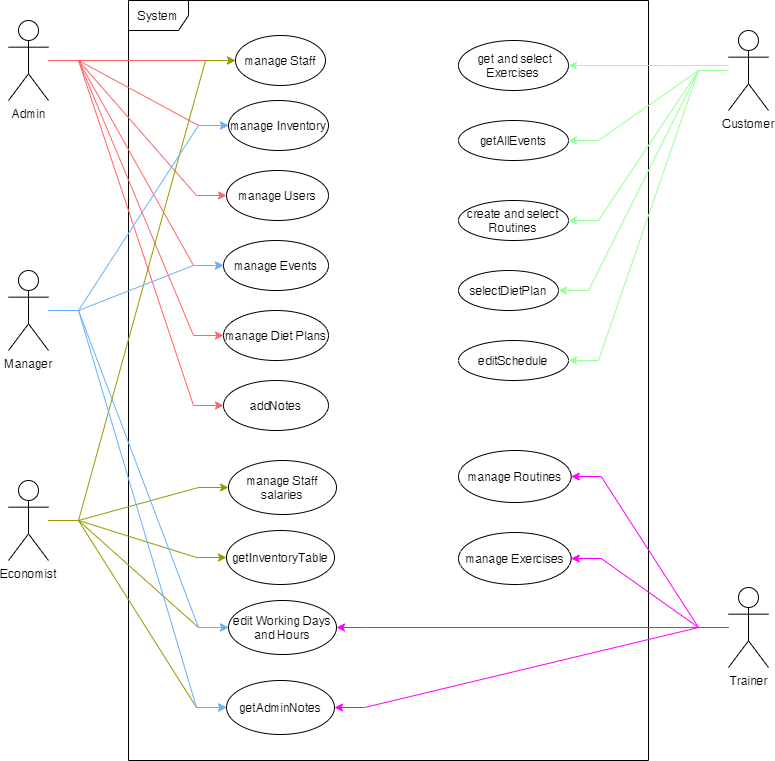
Before: Diagrams/UseCases/General.png, a diagram exported from draw.io (renttrent/Techengers). Source tidied: cells renumbered, new cells last; positions are measured from the earlier drawing's top-left corner, leaving out a move shared by most shapes.
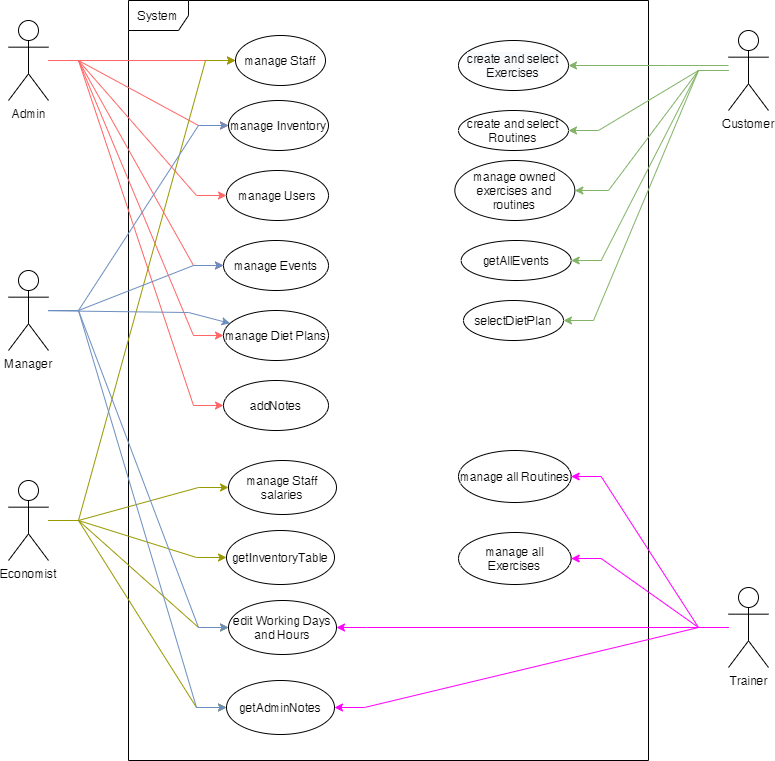
The same diagram one commit later.

Diff of the diagram source:
```diff
@@ -41,7 +41,7 @@
     <mxCell id="14" value="manage Diet Plans" style="ellipse;whiteSpace=wrap;html=1;" parent="1" vertex="1">
       <mxGeometry x="215" y="310" width="105" height="50" as="geometry" />
     </mxCell>
-    <mxCell id="15" style="edgeStyle=orthogonalEdgeStyle;rounded=0;jettySize=auto;html=1;strokeColor=#99FF99;" parent="1" edge="1" source="20" target="21">
+    <mxCell id="15" style="edgeStyle=orthogonalEdgeStyle;rounded=0;jettySize=auto;html=1;strokeColor=#82b366;fillColor=#d5e8d4;" parent="1" edge="1" source="20" target="21">
       <mxGeometry relative="1" as="geometry">
         <Array as="points">
           <mxPoint x="660" y="65" />
@@ -49,36 +49,38 @@
         </Array>
       </mxGeometry>
     </mxCell>
-    <mxCell id="16" style="edgeStyle=entityRelationEdgeStyle;rounded=0;jettySize=auto;html=1;strokeColor=#99FF99;" parent="1" edge="1" source="20" target="22">
+    <mxCell id="16" style="edgeStyle=entityRelationEdgeStyle;rounded=0;jettySize=auto;html=1;strokeColor=#82b366;fillColor=#d5e8d4;" parent="1" edge="1" source="20" target="22">
       <mxGeometry relative="1" as="geometry" />
     </mxCell>
-    <mxCell id="17" style="edgeStyle=entityRelationEdgeStyle;rounded=0;jettySize=auto;html=1;strokeColor=#99FF99;" parent="1" edge="1" source="20" target="23">
+    <mxCell id="17" style="edgeStyle=entityRelationEdgeStyle;rounded=0;jettySize=auto;html=1;strokeColor=#82b366;fillColor=#d5e8d4;" parent="1" edge="1" source="20" target="23">
       <mxGeometry relative="1" as="geometry" />
     </mxCell>
-    <mxCell id="18" style="edgeStyle=entityRelationEdgeStyle;rounded=0;jettySize=auto;html=1;strokeColor=#99FF99;" parent="1" edge="1" source="20" target="24">
+    <mxCell id="18" style="edgeStyle=entityRelationEdgeStyle;rounded=0;jettySize=auto;html=1;strokeColor=#82b366;fillColor=#d5e8d4;" parent="1" edge="1" source="20" target="24">
       <mxGeometry relative="1" as="geometry" />
     </mxCell>
-    <mxCell id="19" style="edgeStyle=entityRelationEdgeStyle;rounded=0;jettySize=auto;html=1;strokeColor=#99FF99;" parent="1" edge="1" source="20" target="25">
-      <mxGeometry relative="1" as="geometry" />
-    </mxCell>
+    <mxCell id="49" style="rounded=0;jettySize=auto;html=1;fillColor=#d5e8d4;strokeColor=#82b366;" parent="1" edge="1" source="20" target="51">
+      <mxGeometry relative="1" as="geometry">
+        <Array as="points">
+          <mxPoint x="690" y="70" />
+          <mxPoint x="600" y="190" />
+        </Array>
+      </mxGeometry>
+    </mxCell>
     <mxCell id="20" value="Customer" style="shape=umlActor;verticalLabelPosition=bottom;verticalAlign=top;html=1;outlineConnect=0;" parent="1" vertex="1">
       <mxGeometry x="720" y="30" width="40" height="80" as="geometry" />
     </mxCell>
-    <mxCell id="21" value="&amp;nbsp;get and select Exercises" style="ellipse;whiteSpace=wrap;html=1;" parent="1" vertex="1">
+    <mxCell id="21" value="&lt;span style=&quot;background-color: rgb(248 , 249 , 250)&quot;&gt;create and select Exercises&lt;/span&gt;" style="ellipse;whiteSpace=wrap;html=1;" parent="1" vertex="1">
       <mxGeometry x="450" y="40" width="110" height="50" as="geometry" />
     </mxCell>
     <mxCell id="22" value="getAllEvents" style="ellipse;whiteSpace=wrap;html=1;" parent="1" vertex="1">
-      <mxGeometry x="450" y="120" width="110" height="40" as="geometry" />
+      <mxGeometry x="452.7" y="240" width="110" height="40" as="geometry" />
     </mxCell>
     <mxCell id="23" value="create and select Routines" style="ellipse;whiteSpace=wrap;html=1;" parent="1" vertex="1">
-      <mxGeometry x="450" y="200" width="110" height="40" as="geometry" />
+      <mxGeometry x="450" y="110" width="110" height="40" as="geometry" />
     </mxCell>
     <mxCell id="24" value="selectDietPlan" style="ellipse;whiteSpace=wrap;html=1;" parent="1" vertex="1">
-      <mxGeometry x="450" y="270" width="100" height="40" as="geometry" />
+      <mxGeometry x="455" y="300" width="100" height="40" as="geometry" />
     </mxCell>
-    <mxCell id="25" value="editSchedule" style="ellipse;whiteSpace=wrap;html=1;" parent="1" vertex="1">
-      <mxGeometry x="450" y="340" width="110" height="40" as="geometry" />
-    </mxCell>
     <mxCell id="26" style="edgeStyle=entityRelationEdgeStyle;rounded=0;jettySize=auto;html=1;strokeColor=#999900;" parent="1" edge="1" source="31" target="34">
       <mxGeometry relative="1" as="geometry" />
     </mxCell>
@@ -112,18 +114,25 @@
     <mxCell id="36" value="manage Inventory" style="ellipse;whiteSpace=wrap;html=1;" parent="1" vertex="1">
       <mxGeometry x="220" y="100" width="100" height="50" as="geometry" />
     </mxCell>
-    <mxCell id="37" style="edgeStyle=entityRelationEdgeStyle;rounded=0;jettySize=auto;html=1;strokeColor=#66B2FF;" parent="1" edge="1" source="41" target="36">
+    <mxCell id="37" style="edgeStyle=entityRelationEdgeStyle;rounded=0;jettySize=auto;html=1;strokeColor=#6c8ebf;fillColor=#dae8fc;" parent="1" edge="1" source="41" target="36">
       <mxGeometry relative="1" as="geometry" />
     </mxCell>
-    <mxCell id="38" style="edgeStyle=entityRelationEdgeStyle;rounded=0;jettySize=auto;html=1;strokeColor=#66B2FF;" parent="1" edge="1" source="41" target="12">
+    <mxCell id="38" style="edgeStyle=entityRelationEdgeStyle;rounded=0;jettySize=auto;html=1;strokeColor=#6c8ebf;fillColor=#dae8fc;" parent="1" edge="1" source="41" target="12">
       <mxGeometry relative="1" as="geometry" />
     </mxCell>
-    <mxCell id="39" style="edgeStyle=entityRelationEdgeStyle;rounded=0;jettySize=auto;html=1;strokeColor=#66B2FF;" parent="1" edge="1" source="41" target="32">
+    <mxCell id="39" style="edgeStyle=entityRelationEdgeStyle;rounded=0;jettySize=auto;html=1;strokeColor=#6c8ebf;fillColor=#dae8fc;" parent="1" edge="1" source="41" target="32">
       <mxGeometry relative="1" as="geometry" />
     </mxCell>
-    <mxCell id="40" style="edgeStyle=entityRelationEdgeStyle;rounded=0;jettySize=auto;html=1;strokeColor=#66B2FF;" parent="1" edge="1" source="41" target="33">
+    <mxCell id="40" style="edgeStyle=entityRelationEdgeStyle;rounded=0;jettySize=auto;html=1;strokeColor=#6c8ebf;fillColor=#dae8fc;" parent="1" edge="1" source="41" target="33">
       <mxGeometry relative="1" as="geometry" />
     </mxCell>
+    <mxCell id="50" style="edgeStyle=none;rounded=0;jettySize=auto;html=1;fillColor=#dae8fc;strokeColor=#6c8ebf;" parent="1" edge="1" source="41" target="14">
+      <mxGeometry relative="1" as="geometry">
+        <Array as="points">
+          <mxPoint x="180" y="312" />
+        </Array>
+      </mxGeometry>
+    </mxCell>
     <mxCell id="41" value="Manager" style="shape=umlActor;verticalLabelPosition=bottom;verticalAlign=top;html=1;outlineConnect=0;" parent="1" vertex="1">
       <mxGeometry y="270" width="40" height="80" as="geometry" />
     </mxCell>
@@ -142,11 +151,14 @@
     <mxCell id="46" value="Trainer" style="shape=umlActor;verticalLabelPosition=bottom;verticalAlign=top;html=1;outlineConnect=0;" parent="1" vertex="1">
       <mxGeometry x="720" y="587" width="40" height="80" as="geometry" />
     </mxCell>
-    <mxCell id="47" value="manage Routines" style="ellipse;whiteSpace=wrap;html=1;" parent="1" vertex="1">
+    <mxCell id="47" value="manage all Routines" style="ellipse;whiteSpace=wrap;html=1;" parent="1" vertex="1">
       <mxGeometry x="450" y="450" width="112.7" height="52" as="geometry" />
     </mxCell>
-    <mxCell id="48" value="manage Exercises" style="ellipse;whiteSpace=wrap;html=1;" parent="1" vertex="1">
+    <mxCell id="48" value="manage all Exercises" style="ellipse;whiteSpace=wrap;html=1;" parent="1" vertex="1">
       <mxGeometry x="450" y="532" width="112.7" height="52" as="geometry" />
     </mxCell>
+    <mxCell id="51" value="manage owned exercises and routines" style="ellipse;whiteSpace=wrap;html=1;" parent="1" vertex="1">
+      <mxGeometry x="446.3" y="160" width="120" height="60" as="geometry" />
+    </mxCell>
   </root>
 </mxGraphModel>
```
